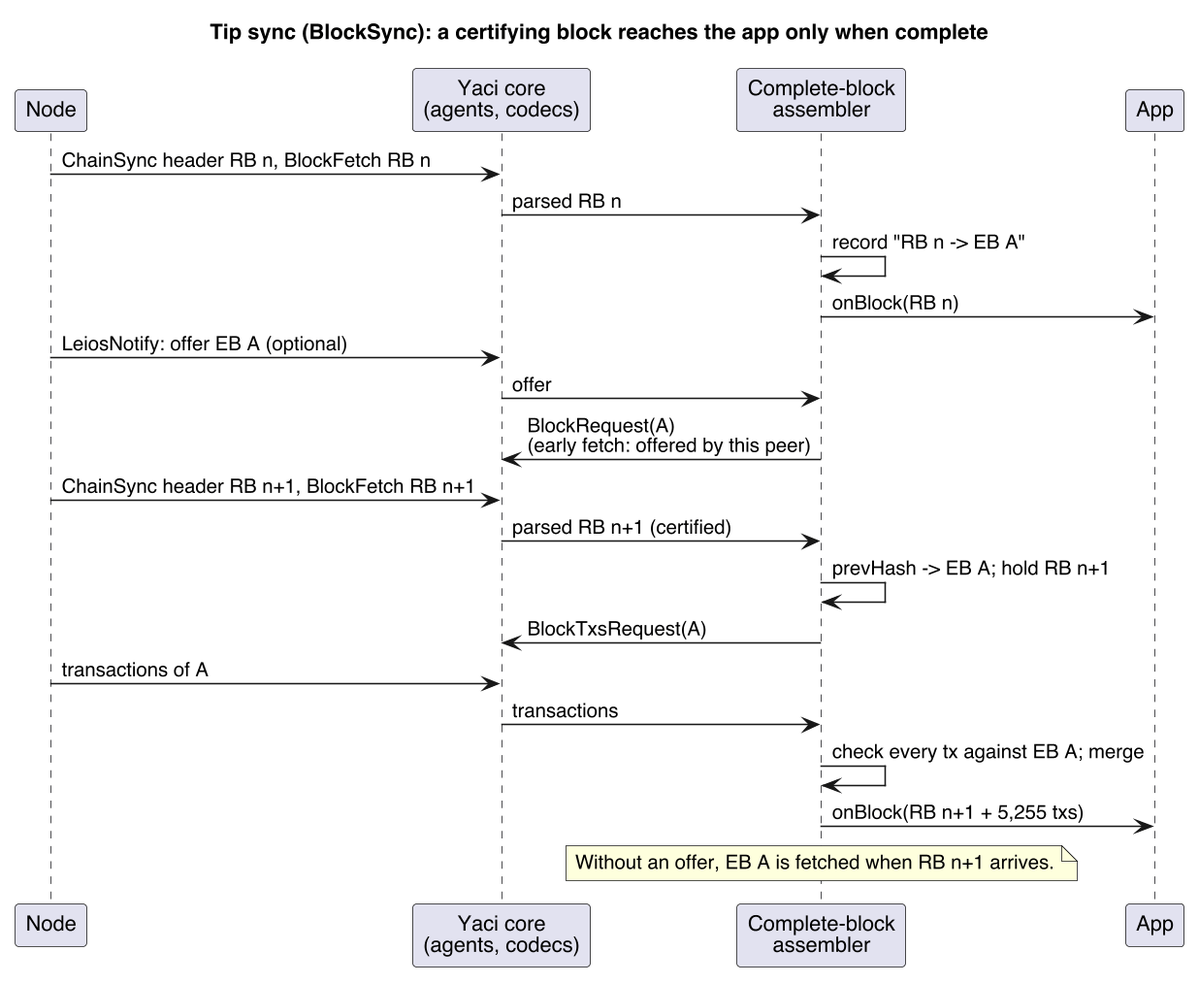
This is docs/leios/diagrams/5-tip-sync.png from bloxbean/yaci, a PlantUML export, as it was before one commit.
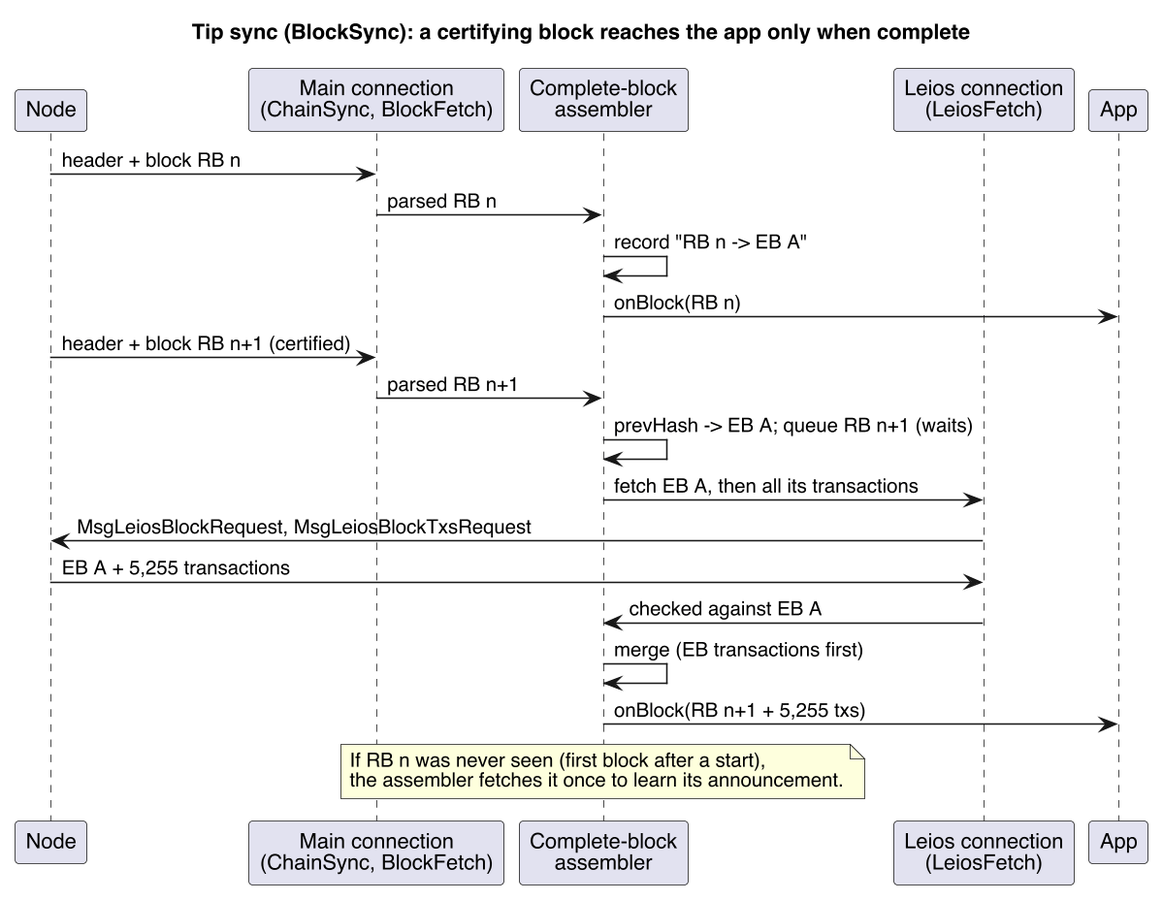
Above is the later version.

What changed in the source:
```diff
@@ -5,26 +5,26 @@
 skinparam sequenceMessageAlign left
 title Tip sync (BlockSync): a certifying block reaches the app only when complete
 participant "Node" as N
-participant "Yaci core\n(agents, codecs)" as C
+participant "Main connection\n(ChainSync, BlockFetch)" as C
 participant "Complete-block\nassembler" as A
+participant "Leios connection\n(LeiosFetch)" as L
 participant "App" as P
 
-N -> C : ChainSync header RB n, BlockFetch RB n
+N -> C : header + block RB n
 C -> A : parsed RB n
 A -> A : record "RB n -> EB A"
 A -> P : onBlock(RB n)
-N -> C : LeiosNotify: offer EB A (optional)
-C -> A : offer
-A -> C : BlockRequest(A)\n(early fetch: offered by this peer)
-N -> C : ChainSync header RB n+1, BlockFetch RB n+1
-C -> A : parsed RB n+1 (certified)
-A -> A : prevHash -> EB A; hold RB n+1
-A -> C : BlockTxsRequest(A)
-N -> C : transactions of A
-C -> A : transactions
-A -> A : check every tx against EB A; merge
+N -> C : header + block RB n+1 (certified)
+C -> A : parsed RB n+1
+A -> A : prevHash -> EB A; queue RB n+1 (waits)
+A -> L : fetch EB A, then all its transactions
+L -> N : MsgLeiosBlockRequest, MsgLeiosBlockTxsRequest
+N -> L : EB A + 5,255 transactions
+L -> A : checked against EB A
+A -> A : merge (EB transactions first)
 A -> P : onBlock(RB n+1 + 5,255 txs)
 note over A
-  Without an offer, EB A is fetched when RB n+1 arrives.
+  If RB n was never seen (first block after a start),
+  the assembler fetches it once to learn its announcement.
 end note
 @enduml
```
